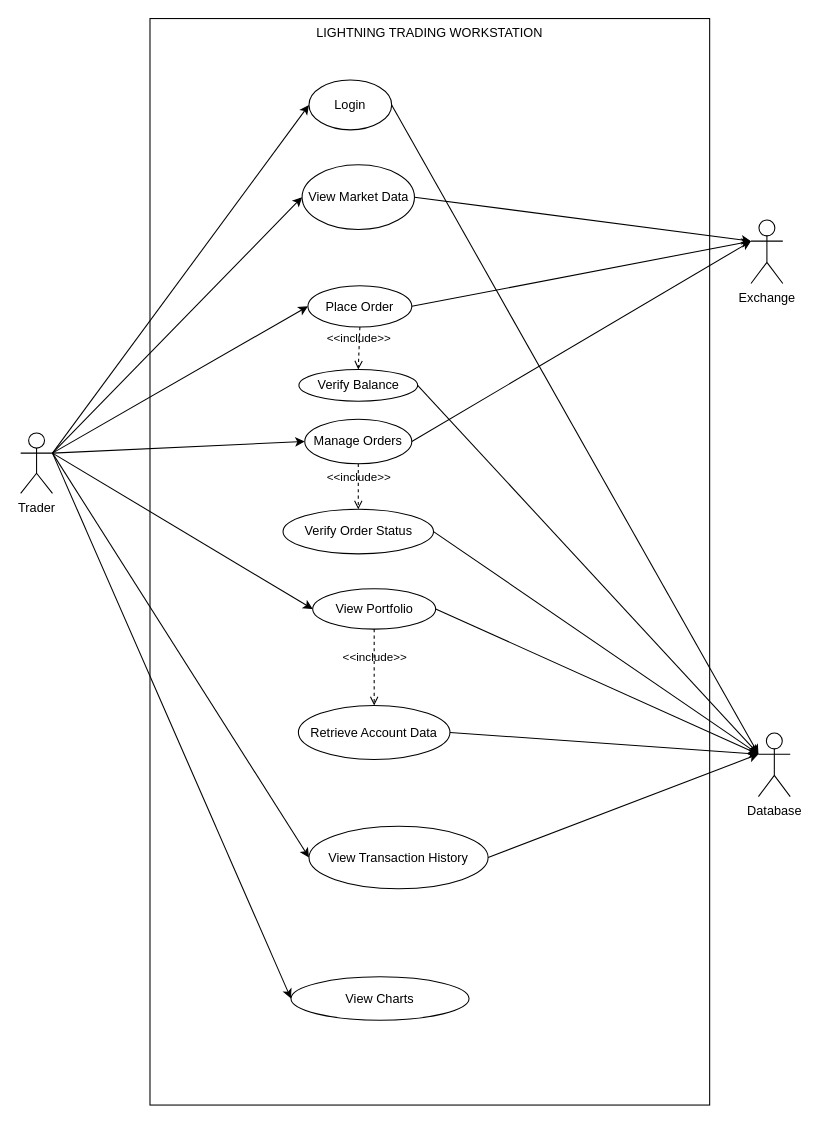
STANLEYKINYUA/PROJECT-DOCUMENTATION-BACKUP keeps this draw.io diagram as Lightning Use Case Diagram.drawio. Above is the earlier version. Source tidied: cells renumbered, new cells numbered last; positions are measured from the earlier drawing's top-left corner, leaving out a move shared by most shapes. Both pictures are drawn from the tidied source at 106%, with x=0, y=0 at pixel (20, 18).
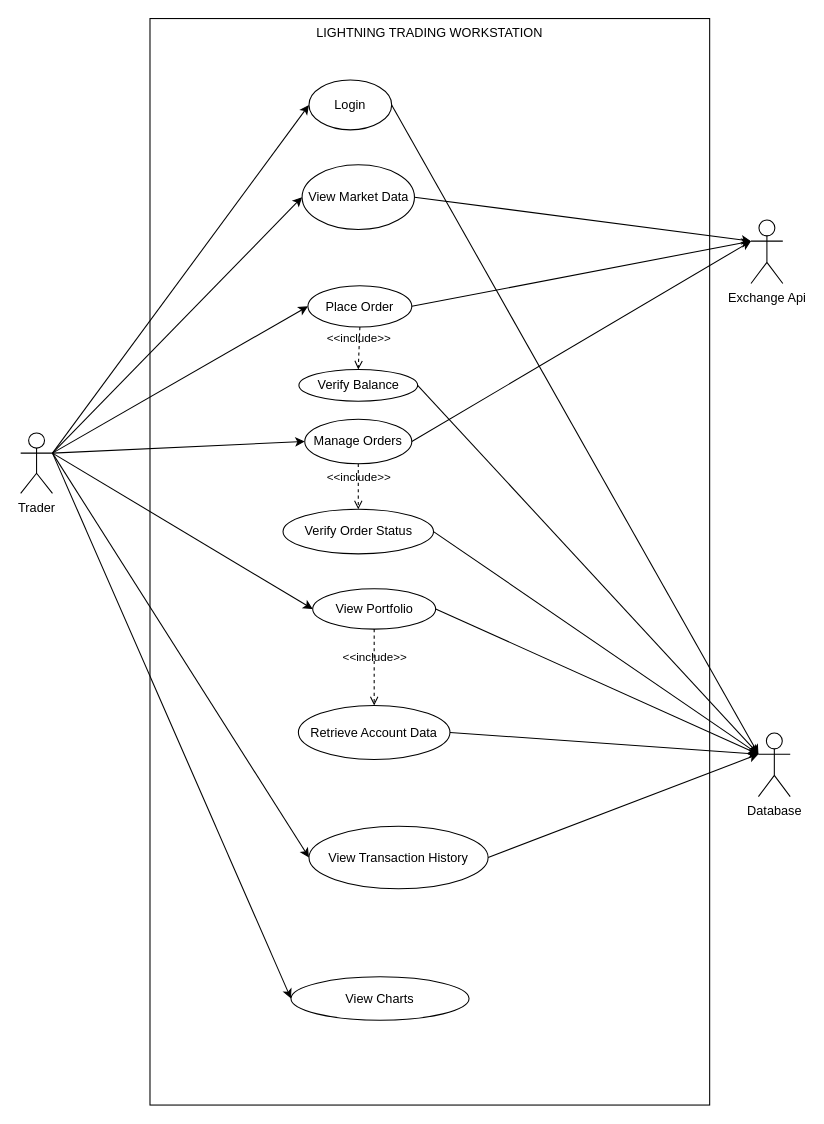
The same diagram, later.

Change to the diagram source:
```diff
@@
-    <mxCell id="11" value="Exchange" style="shape=umlActor;verticalLabelPosition=bottom;verticalAlign=top;html=1;outlineConnect=0;" parent="1" vertex="1">
+    <mxCell id="11" value="Exchange Api" style="shape=umlActor;verticalLabelPosition=bottom;verticalAlign=top;html=1;outlineConnect=0;" parent="1" vertex="1">
       <mxGeometry x="689" y="190" width="30" height="60" as="geometry" />
     </mxCell>
```
